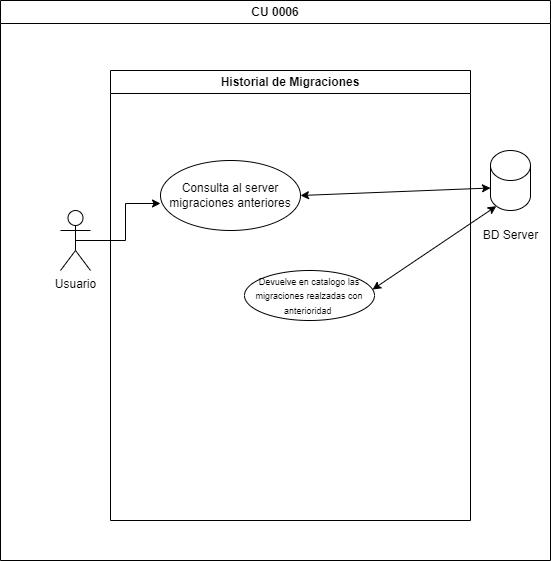
AndresSantosSotec/app_notas keeps this draw.io diagram as CU 0006 .png. Above is the earlier version. Source tidied: cells renumbered, new cells last; positions are measured from the earlier drawing's top-left corner, leaving out a move shared by most shapes. The source it was exported from:
```xml
<mxGraphModel>
  <root>
    <mxCell id="0" />
    <mxCell id="1" parent="0" />
    <mxCell id="2" value="CU 0006" style="swimlane;whiteSpace=wrap;html=1;" parent="1" vertex="1">
      <mxGeometry width="550" height="560" as="geometry" />
    </mxCell>
    <mxCell id="3" value="Historial de Migraciones" style="swimlane;whiteSpace=wrap;html=1;" parent="2" vertex="1">
      <mxGeometry x="110" y="70" width="360" height="450" as="geometry" />
    </mxCell>
    <mxCell id="4" value="Consulta al server migraciones anteriores" style="ellipse;whiteSpace=wrap;html=1;" parent="3" vertex="1">
      <mxGeometry x="50" y="90" width="140" height="70" as="geometry" />
    </mxCell>
    <mxCell id="5" value="&lt;font style=&quot;font-size: 9px;&quot;&gt;Devuelve en catalogo las migraciones realzadas con anterioridad&amp;nbsp;&lt;/font&gt;" style="ellipse;whiteSpace=wrap;html=1;" parent="3" vertex="1">
      <mxGeometry x="134" y="200" width="130" height="50" as="geometry" />
    </mxCell>
    <mxCell id="6" value="Usuario" style="shape=umlActor;verticalLabelPosition=bottom;verticalAlign=top;html=1;outlineConnect=0;" parent="2" vertex="1">
      <mxGeometry x="60" y="210" width="30" height="60" as="geometry" />
    </mxCell>
    <mxCell id="7" style="shape=cylinder3;whiteSpace=wrap;html=1;boundedLbl=1;backgroundOutline=1;size=15;" parent="2" vertex="1">
      <mxGeometry x="490" y="150" width="40" height="60" as="geometry" />
    </mxCell>
    <mxCell id="8" value="BD Server" style="text;html=1;align=center;verticalAlign=middle;strokeColor=none;fillColor=none;" parent="2" vertex="1">
      <mxGeometry x="470" y="220" width="80" height="30" as="geometry" />
    </mxCell>
    <mxCell id="9" style="edgeStyle=orthogonalEdgeStyle;rounded=0;jettySize=auto;html=1;exitX=0.5;exitY=0.5;exitDx=0;exitDy=0;exitPerimeter=0;entryX=0;entryY=0.614;entryDx=0;entryDy=0;entryPerimeter=0;" parent="2" edge="1" source="6" target="4">
      <mxGeometry relative="1" as="geometry" />
    </mxCell>
    <mxCell id="10" style="endArrow=classic;startArrow=classic;html=1;rounded=0;exitX=1;exitY=0.5;exitDx=0;exitDy=0;entryX=0;entryY=0;entryDx=0;entryDy=37.5;entryPerimeter=0;" parent="2" edge="1" source="4" target="7">
      <mxGeometry relative="1" as="geometry" />
    </mxCell>
    <mxCell id="11" style="endArrow=classic;startArrow=classic;html=1;rounded=0;entryX=0.145;entryY=1;entryDx=0;entryDy=-4.35;entryPerimeter=0;exitX=0.985;exitY=0.38;exitDx=0;exitDy=0;exitPerimeter=0;" parent="2" edge="1" source="5" target="7">
      <mxGeometry relative="1" as="geometry" />
    </mxCell>
  </root>
</mxGraphModel>
```
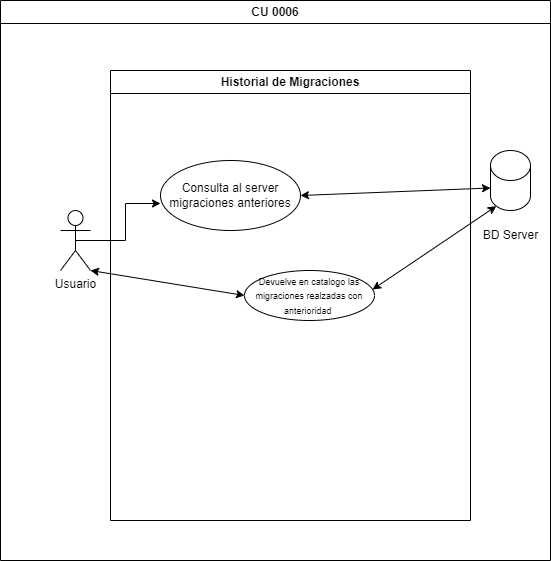
The same diagram one commit later.

Diff of the diagram source:
```diff
@@ -32,5 +32,8 @@
     <mxCell id="11" style="endArrow=classic;startArrow=classic;html=1;rounded=0;entryX=0.145;entryY=1;entryDx=0;entryDy=-4.35;entryPerimeter=0;exitX=0.985;exitY=0.38;exitDx=0;exitDy=0;exitPerimeter=0;" parent="2" edge="1" source="5" target="7">
       <mxGeometry relative="1" as="geometry" />
     </mxCell>
+    <mxCell id="12" style="endArrow=classic;startArrow=classic;html=1;rounded=0;entryX=1;entryY=1;entryDx=0;entryDy=0;entryPerimeter=0;exitX=0;exitY=0.5;exitDx=0;exitDy=0;" parent="2" edge="1" source="5" target="6">
+      <mxGeometry relative="1" as="geometry" />
+    </mxCell>
   </root>
 </mxGraphModel>
```
